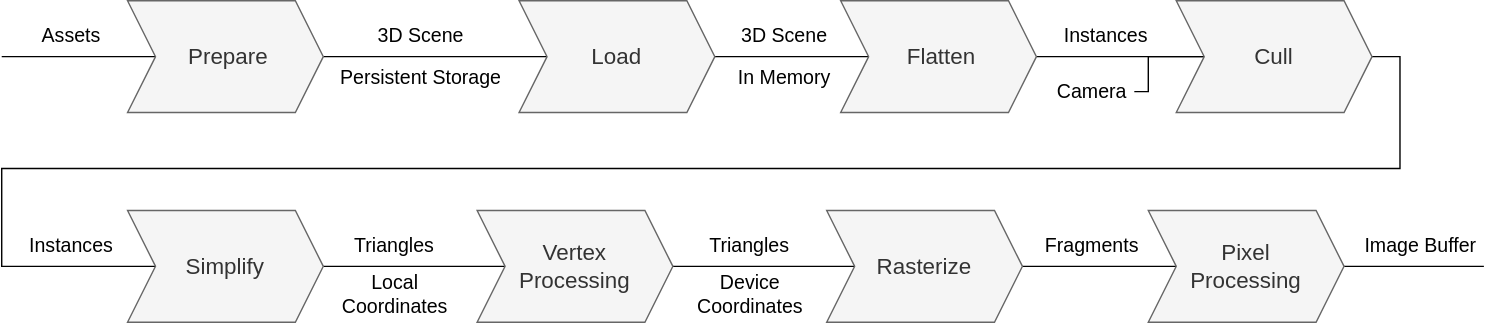
Earlier version of the draw.io export assets/images/Graphics-Pipeline.svg (TheCandidStartup/TheCandidStartup.github.io). Source tidied: cells renumbered, new cells last; positions are measured from the earlier drawing's top-left corner, leaving out a move shared by most shapes.
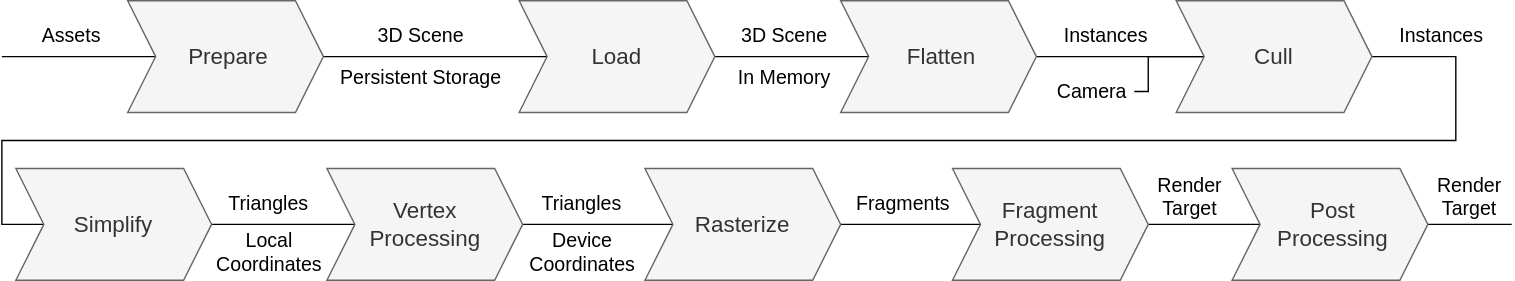
After the commit.

What changed in the source:
```diff
@@ -46,10 +46,10 @@
     <mxCell id="15" style="edgeStyle=orthogonalEdgeStyle;rounded=0;jettySize=auto;html=1;exitX=1;exitY=0.5;exitDx=0;exitDy=0;entryX=0;entryY=0.5;entryDx=0;entryDy=0;fontSize=14;endArrow=none;endFill=0;" parent="1" edge="1" source="16" target="20">
       <mxGeometry relative="1" as="geometry">
         <Array as="points">
-          <mxPoint x="1000" y="40" />
-          <mxPoint x="1000" y="120" />
-          <mxPoint y="120" />
-          <mxPoint y="190" />
+          <mxPoint x="1040" y="40" />
+          <mxPoint x="1040" y="100" />
+          <mxPoint y="100" />
+          <mxPoint y="160" />
         </Array>
       </mxGeometry>
     </mxCell>
@@ -66,48 +66,57 @@
       <mxGeometry relative="1" as="geometry" />
     </mxCell>
     <mxCell id="20" value="&lt;span style=&quot;font-size: 16px;&quot;&gt;Simplify&lt;/span&gt;" style="shape=step;perimeter=stepPerimeter;whiteSpace=wrap;html=1;fixedSize=1;fillColor=#f5f5f5;fontColor=#333333;strokeColor=#666666;" parent="1" vertex="1">
-      <mxGeometry x="90" y="150" width="140" height="80" as="geometry" />
+      <mxGeometry x="10" y="120" width="140" height="80" as="geometry" />
     </mxCell>
     <mxCell id="21" style="edgeStyle=orthogonalEdgeStyle;rounded=0;jettySize=auto;html=1;exitX=1;exitY=0.5;exitDx=0;exitDy=0;entryX=0;entryY=0.5;entryDx=0;entryDy=0;fontSize=14;endArrow=none;endFill=0;" parent="1" edge="1" source="22" target="24">
       <mxGeometry relative="1" as="geometry" />
     </mxCell>
     <mxCell id="22" value="&lt;span style=&quot;font-size: 16px;&quot;&gt;Vertex &lt;br&gt;Processing&lt;/span&gt;" style="shape=step;perimeter=stepPerimeter;whiteSpace=wrap;html=1;fixedSize=1;fillColor=#f5f5f5;fontColor=#333333;strokeColor=#666666;" parent="1" vertex="1">
-      <mxGeometry x="340" y="150" width="140" height="80" as="geometry" />
+      <mxGeometry x="232.5" y="120" width="140" height="80" as="geometry" />
     </mxCell>
     <mxCell id="23" style="edgeStyle=orthogonalEdgeStyle;rounded=0;jettySize=auto;html=1;exitX=1;exitY=0.5;exitDx=0;exitDy=0;entryX=0;entryY=0.5;entryDx=0;entryDy=0;fontSize=14;endArrow=none;endFill=0;" parent="1" edge="1" source="24" target="26">
       <mxGeometry relative="1" as="geometry" />
     </mxCell>
     <mxCell id="24" value="&lt;span style=&quot;font-size: 16px;&quot;&gt;Rasterize&lt;/span&gt;" style="shape=step;perimeter=stepPerimeter;whiteSpace=wrap;html=1;fixedSize=1;fillColor=#f5f5f5;fontColor=#333333;strokeColor=#666666;" parent="1" vertex="1">
-      <mxGeometry x="590" y="150" width="140" height="80" as="geometry" />
+      <mxGeometry x="460" y="120" width="140" height="80" as="geometry" />
     </mxCell>
-    <mxCell id="25" style="edgeStyle=orthogonalEdgeStyle;rounded=0;jettySize=auto;html=1;exitX=1;exitY=0.5;exitDx=0;exitDy=0;fontSize=14;endArrow=none;endFill=0;" parent="1" edge="1" source="26">
-      <mxGeometry relative="1" as="geometry">
-        <mxPoint x="1060" y="190" as="targetPoint" />
-      </mxGeometry>
+    <mxCell id="25" style="edgeStyle=orthogonalEdgeStyle;rounded=0;jettySize=auto;html=1;exitX=1;exitY=0.5;exitDx=0;exitDy=0;fontSize=14;endArrow=none;endFill=0;entryX=0;entryY=0.5;entryDx=0;entryDy=0;" parent="1" edge="1" source="26" target="35">
+      <mxGeometry relative="1" as="geometry" />
     </mxCell>
-    <mxCell id="26" value="&lt;span style=&quot;font-size: 16px;&quot;&gt;Pixel&lt;br&gt;Processing&lt;br&gt;&lt;/span&gt;" style="shape=step;perimeter=stepPerimeter;whiteSpace=wrap;html=1;fixedSize=1;fillColor=#f5f5f5;fontColor=#333333;strokeColor=#666666;" parent="1" vertex="1">
-      <mxGeometry x="820" y="150" width="140" height="80" as="geometry" />
+    <mxCell id="26" value="&lt;span style=&quot;font-size: 16px;&quot;&gt;Fragment&lt;br&gt;Processing&lt;br&gt;&lt;/span&gt;" style="shape=step;perimeter=stepPerimeter;whiteSpace=wrap;html=1;fixedSize=1;fillColor=#f5f5f5;fontColor=#333333;strokeColor=#666666;" parent="1" vertex="1">
+      <mxGeometry x="680" y="120" width="140" height="80" as="geometry" />
     </mxCell>
     <mxCell id="27" value="Local&lt;br&gt;Coordinates" style="text;html=1;strokeColor=none;fillColor=none;align=center;verticalAlign=middle;whiteSpace=wrap;rounded=0;fontSize=14;spacingBottom=0;" parent="1" vertex="1">
-      <mxGeometry x="240" y="190" width="82.5" height="40" as="geometry" />
+      <mxGeometry x="150" y="160" width="82.5" height="40" as="geometry" />
     </mxCell>
     <mxCell id="28" value="Triangles" style="text;html=1;strokeColor=none;fillColor=none;align=center;verticalAlign=middle;whiteSpace=wrap;rounded=0;fontSize=14;spacingBottom=0;" parent="1" vertex="1">
-      <mxGeometry x="246.2" y="160" width="70" height="30" as="geometry" />
+      <mxGeometry x="156.2" y="130" width="70" height="30" as="geometry" />
     </mxCell>
     <mxCell id="29" value="Triangles" style="text;html=1;strokeColor=none;fillColor=none;align=center;verticalAlign=middle;whiteSpace=wrap;rounded=0;fontSize=14;spacingBottom=0;" parent="1" vertex="1">
-      <mxGeometry x="500" y="160" width="70" height="30" as="geometry" />
+      <mxGeometry x="380" y="130" width="70" height="30" as="geometry" />
     </mxCell>
     <mxCell id="30" value="Device&lt;br&gt;Coordinates" style="text;html=1;strokeColor=none;fillColor=none;align=center;verticalAlign=middle;whiteSpace=wrap;rounded=0;fontSize=14;spacingBottom=0;" parent="1" vertex="1">
-      <mxGeometry x="492.5" y="190" width="85" height="40" as="geometry" />
+      <mxGeometry x="372.5" y="160" width="85" height="40" as="geometry" />
     </mxCell>
     <mxCell id="31" value="Fragments" style="text;html=1;strokeColor=none;fillColor=none;align=center;verticalAlign=middle;whiteSpace=wrap;rounded=0;fontSize=14;spacingBottom=0;" parent="1" vertex="1">
-      <mxGeometry x="745" y="160" width="70" height="30" as="geometry" />
+      <mxGeometry x="610" y="130" width="70" height="30" as="geometry" />
     </mxCell>
-    <mxCell id="32" value="Image Buffer" style="text;html=1;strokeColor=none;fillColor=none;align=center;verticalAlign=middle;whiteSpace=wrap;rounded=0;fontSize=14;spacingBottom=0;" parent="1" vertex="1">
-      <mxGeometry x="970" y="160" width="90" height="30" as="geometry" />
+    <mxCell id="32" value="Render Target" style="text;html=1;strokeColor=none;fillColor=none;align=center;verticalAlign=middle;whiteSpace=wrap;rounded=0;fontSize=14;spacingBottom=0;" parent="1" vertex="1">
+      <mxGeometry x="820" y="120" width="60" height="40" as="geometry" />
     </mxCell>
     <mxCell id="33" value="Instances" style="text;html=1;strokeColor=none;fillColor=none;align=center;verticalAlign=middle;whiteSpace=wrap;rounded=0;fontSize=14;" parent="1" vertex="1">
-      <mxGeometry x="10" y="160" width="80" height="30" as="geometry" />
+      <mxGeometry x="990" y="10" width="80" height="30" as="geometry" />
     </mxCell>
+    <mxCell id="34" style="edgeStyle=orthogonalEdgeStyle;rounded=0;jettySize=auto;html=1;exitX=1;exitY=0.5;exitDx=0;exitDy=0;endArrow=none;endFill=0;" parent="1" edge="1" source="35">
+      <mxGeometry relative="1" as="geometry">
+        <mxPoint x="1080" y="160" as="targetPoint" />
+      </mxGeometry>
+    </mxCell>
+    <mxCell id="35" value="&lt;span style=&quot;font-size: 16px;&quot;&gt;&amp;nbsp;Post&lt;br&gt;&amp;nbsp;Processing&lt;br&gt;&lt;/span&gt;" style="shape=step;perimeter=stepPerimeter;whiteSpace=wrap;html=1;fixedSize=1;fillColor=#f5f5f5;fontColor=#333333;strokeColor=#666666;" parent="1" vertex="1">
+      <mxGeometry x="880" y="120" width="140" height="80" as="geometry" />
+    </mxCell>
+    <mxCell id="36" value="Render Target" style="text;html=1;strokeColor=none;fillColor=none;align=center;verticalAlign=middle;whiteSpace=wrap;rounded=0;fontSize=14;spacingBottom=0;" parent="1" vertex="1">
+      <mxGeometry x="1020" y="120" width="60" height="40" as="geometry" />
+    </mxCell>
   </root>
 </mxGraphModel>
```
